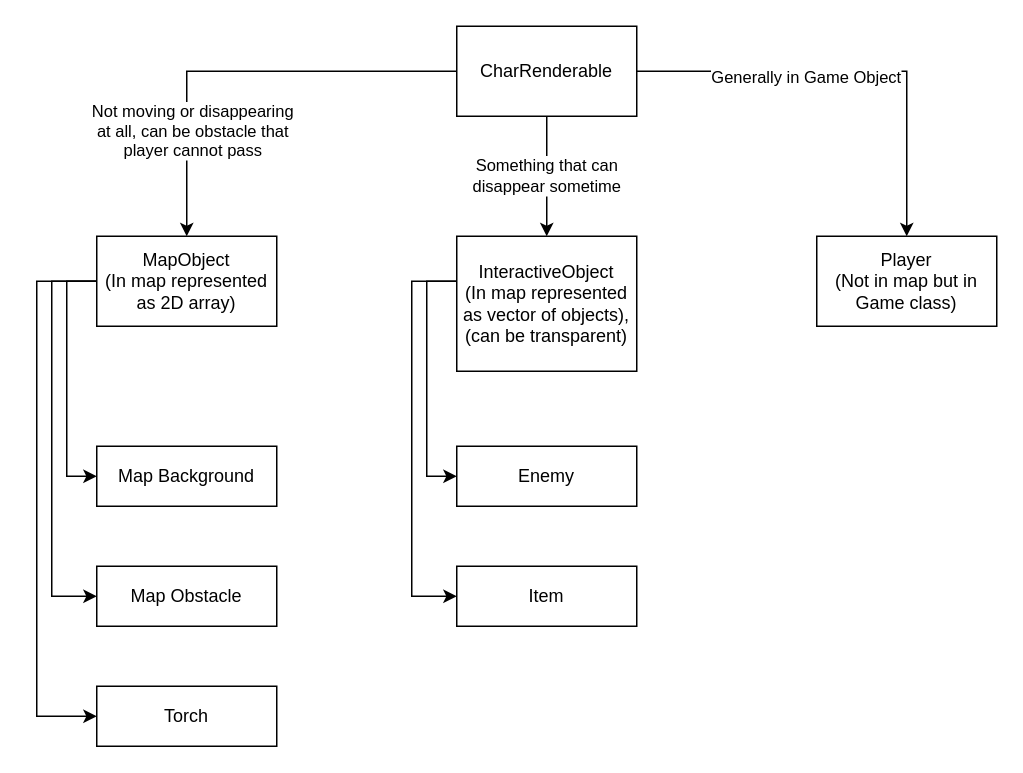
Earlier version of the draw.io diagram page "Map Rendering Inheritance Diagram" (3 of 3) of project-luminary/diagrams.drawio (KrazyManJ/luminary). Source tidied: cells renumbered, new cells numbered last; positions are measured from the earlier drawing's top-left corner, leaving out a move shared by most shapes. Both pictures are drawn from the tidied source at 150%, with x=0, y=0 at pixel (36, 26).
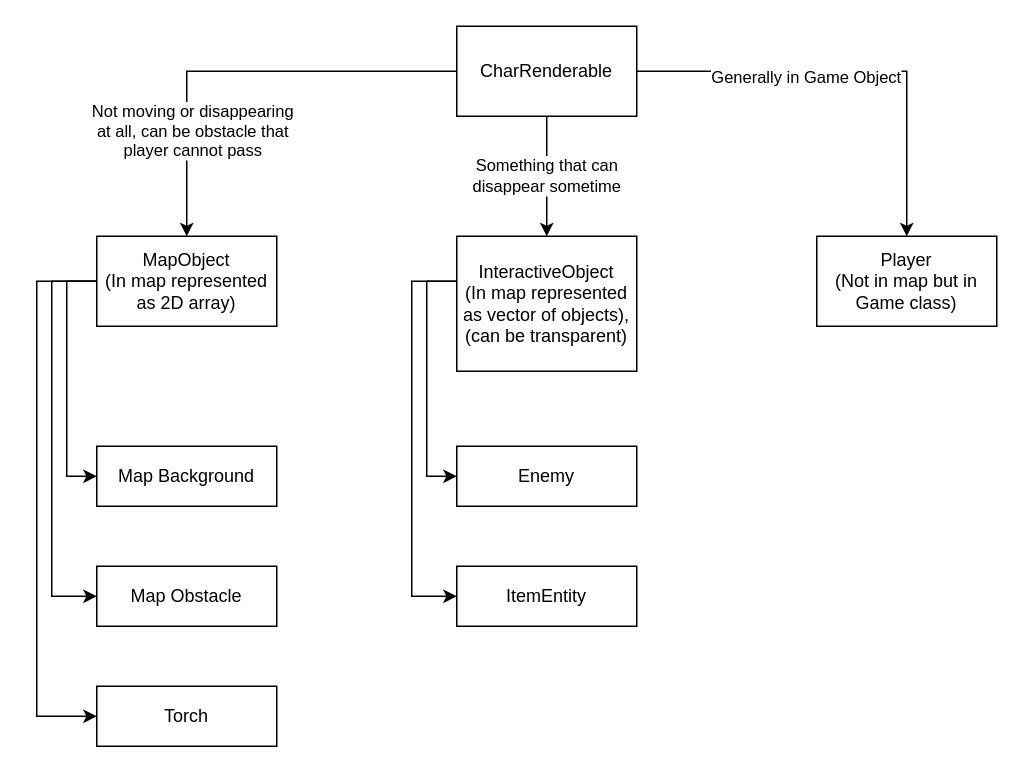
The same page after the edit.

Commit message (it also covers changes not shown here):
Code updated - Enemy implemented and UML diagram updated - ItemEntity and InteractiveObject modified

Change to the diagram source:
```diff
@@
-    <mxCell id="20" value="Item" style="rounded=0;whiteSpace=wrap;html=1;" parent="1" vertex="1">
+    <mxCell id="20" value="ItemEntity" style="rounded=0;whiteSpace=wrap;html=1;" parent="1" vertex="1">
       <mxGeometry x="280" y="360" width="120" height="40" as="geometry" />
     </mxCell>
```
